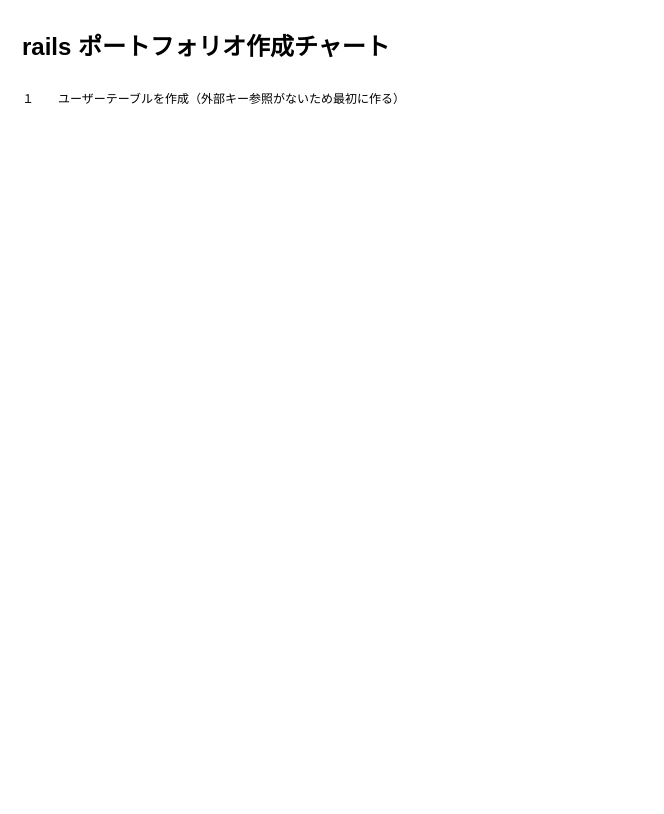
akarisuki/firedept keeps this draw.io diagram as page "作成チャート" (5 of 6) of ER.dio. Above is the earlier version. Source tidied: cells renumbered, new cells numbered last; positions are measured from the earlier drawing's top-left corner, leaving out a move shared by most shapes. Both pictures are drawn from the tidied source at 100%, with x=0, y=0 at pixel (17, 27).
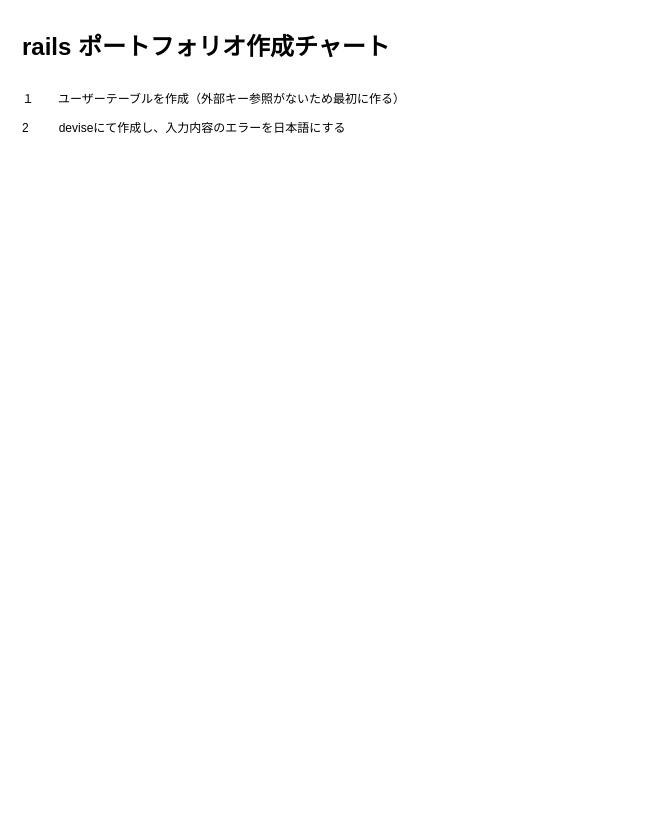
The same page after the edit.

What changed in the source:
```diff
@@
 <mxGraphModel>
   <root>
     <mxCell id="0" />
     <mxCell id="1" parent="0" />
-    <mxCell id="2" value="&lt;h1&gt;rails ポートフォリオ作成チャート&lt;/h1&gt;&lt;div&gt;&lt;br&gt;&lt;/div&gt;&lt;div&gt;１　　ユーザーテーブルを作成（外部キー参照がないため最初に作る）&lt;/div&gt;" style="text;html=1;strokeColor=none;fillColor=none;spacing=5;spacingTop=-20;whiteSpace=wrap;overflow=hidden;rounded=0;" parent="1" vertex="1">
+    <mxCell id="2" value="&lt;h1&gt;rails ポートフォリオ作成チャート&lt;/h1&gt;&lt;div&gt;&lt;br&gt;&lt;/div&gt;&lt;div&gt;１　　ユーザーテーブルを作成（外部キー参照がないため最初に作る）&lt;/div&gt;&lt;div&gt;&lt;br&gt;&lt;/div&gt;&lt;div&gt;2&amp;nbsp; &amp;nbsp; &amp;nbsp; &amp;nbsp; &amp;nbsp;deviseにて作成し、入力内容のエラーを日本語にする&lt;/div&gt;&lt;div&gt;&lt;br&gt;&lt;/div&gt;&lt;div&gt;&lt;br&gt;&lt;/div&gt;" style="text;html=1;strokeColor=none;fillColor=none;spacing=5;spacingTop=-20;whiteSpace=wrap;overflow=hidden;rounded=0;" parent="1" vertex="1">
       <mxGeometry width="630" height="770" as="geometry" />
     </mxCell>
   </root>
 </mxGraphModel>
```
